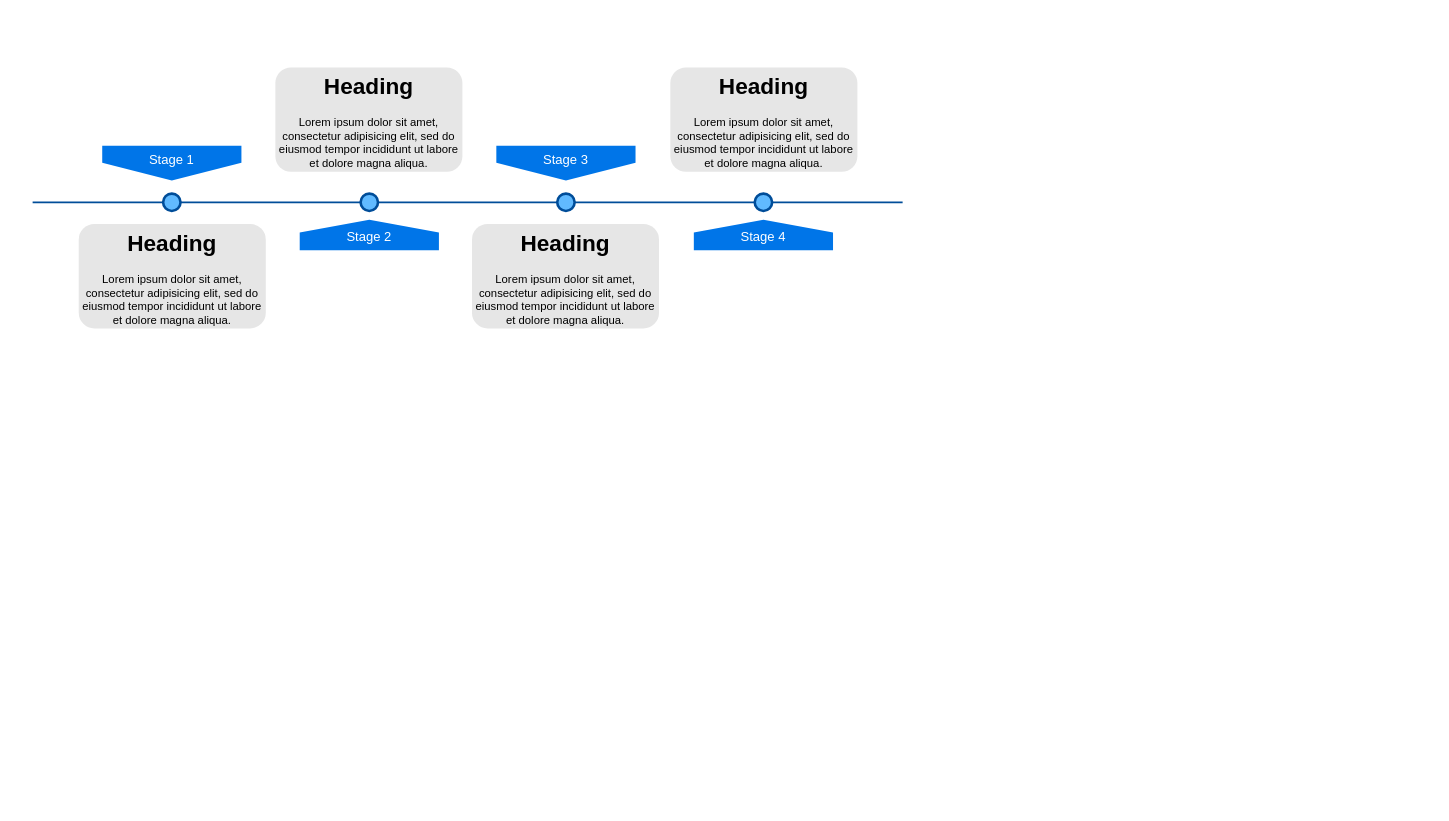
Above: Hungarian Uprising.drawio in stevenzhouzh/AProject (draw.io), before the change. Source tidied: cells renumbered, new cells numbered last; positions are measured from the earlier drawing's top-left corner, leaving out a move shared by most shapes. Both pictures are drawn from the tidied source at 87%, with x=0, y=0 at pixel (32, 67).
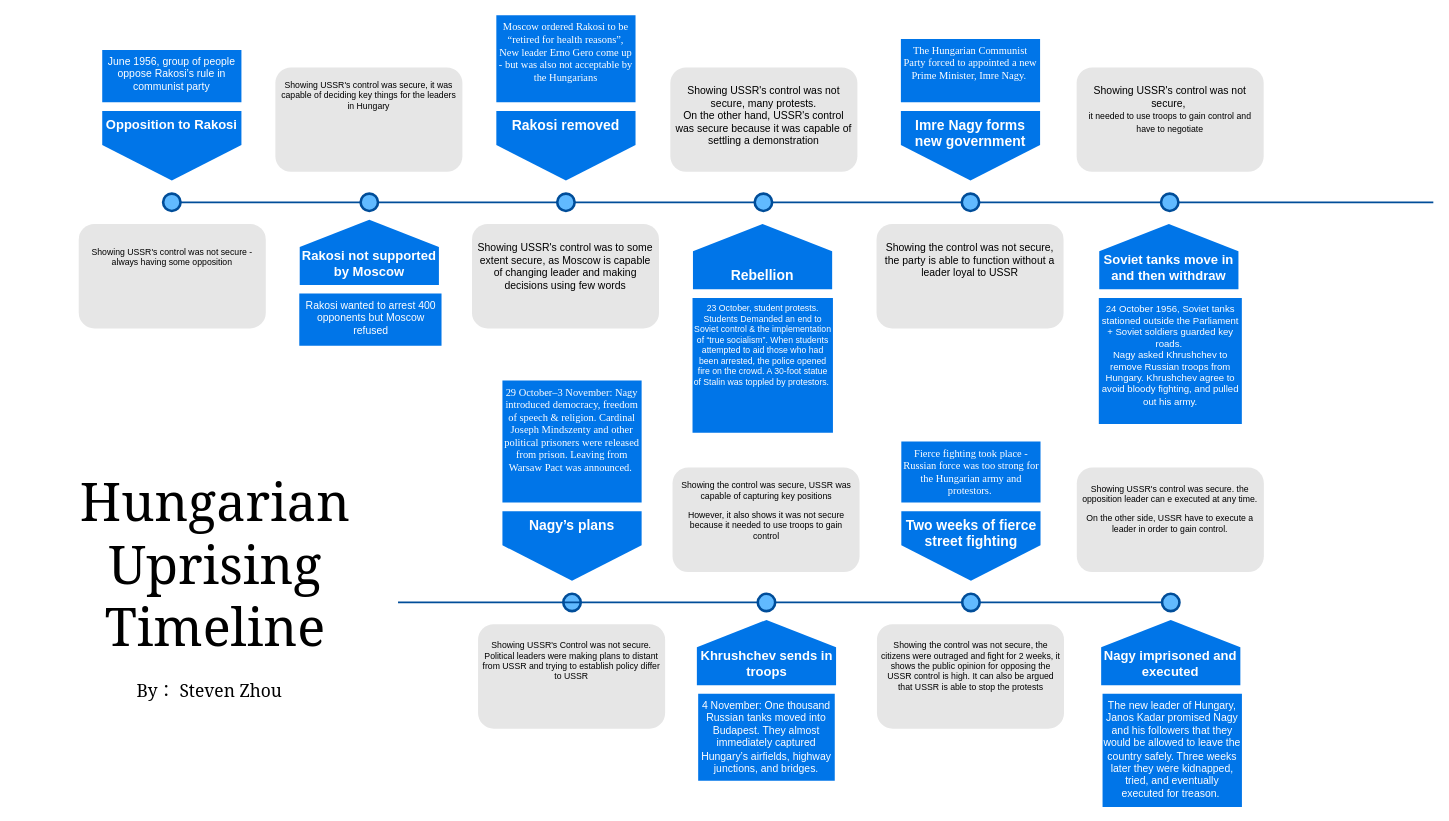
The same diagram, later.

Change to the diagram source:
```diff
@@
     <mxCell id="2" style="line;strokeWidth=2;html=1;fillColor=none;fontSize=28;fontColor=#004D99;strokeColor=#004D99;" parent="1" vertex="1">
-      <mxGeometry y="150" width="1000" height="10" as="geometry" />
+      <mxGeometry x="162.2" y="150" width="1447.8" height="10" as="geometry" />
     </mxCell>
-    <mxCell id="3" value="Stage 1" style="shape=offPageConnector;whiteSpace=wrap;html=1;fillColor=#0075E8;fontSize=15;fontColor=#FFFFFF;size=0.5093750000000015;verticalAlign=top;strokeColor=none;" parent="1" vertex="1">
-      <mxGeometry x="80" y="90" width="160" height="40" as="geometry" />
+    <mxCell id="3" value="&lt;font style=&quot;font-size: 15px&quot;&gt;&lt;b&gt;Opposition to Rakosi&lt;/b&gt;&lt;/font&gt;" style="shape=offPageConnector;whiteSpace=wrap;html=1;fillColor=#0075E8;fontSize=15;fontColor=#FFFFFF;size=0.5093750000000015;verticalAlign=top;strokeColor=none;" parent="1" vertex="1">
+      <mxGeometry x="80" y="50" width="160" height="80" as="geometry" />
     </mxCell>
-    <mxCell id="4" value="&lt;span&gt;Stage 3&lt;/span&gt;" style="shape=offPageConnector;whiteSpace=wrap;html=1;fillColor=#0075E8;fontSize=15;fontColor=#FFFFFF;size=0.5093750000000015;verticalAlign=top;strokeColor=none;" parent="1" vertex="1">
-      <mxGeometry x="533" y="90" width="160" height="40" as="geometry" />
-    </mxCell>
-    <mxCell id="5" value="&lt;span&gt;Stage 2&lt;/span&gt;" style="shape=offPageConnector;whiteSpace=wrap;html=1;fillColor=#0075E8;fontSize=15;fontColor=#FFFFFF;size=0.4178571428571445;flipV=1;verticalAlign=bottom;strokeColor=none;spacingBottom=4;" parent="1" vertex="1">
-      <mxGeometry x="307" y="175" width="160" height="35" as="geometry" />
+    <mxCell id="5" value="&lt;b&gt;Rakosi not supported by Moscow&lt;/b&gt;" style="shape=offPageConnector;whiteSpace=wrap;html=1;fillColor=#0075E8;fontSize=15;fontColor=#FFFFFF;size=0.4178571428571445;flipV=1;verticalAlign=bottom;strokeColor=none;spacingBottom=4;" parent="1" vertex="1">
+      <mxGeometry x="307" y="175" width="160" height="75" as="geometry" />
     </mxCell>
-    <mxCell id="6" value="&lt;span&gt;Stage 4&lt;/span&gt;" style="shape=offPageConnector;whiteSpace=wrap;html=1;fillColor=#0075E8;fontSize=15;fontColor=#FFFFFF;size=0.4178571428571445;flipV=1;verticalAlign=bottom;strokeColor=none;spacingBottom=4;" parent="1" vertex="1">
-      <mxGeometry x="760" y="175" width="160" height="35" as="geometry" />
-    </mxCell>
@@
-    <mxCell id="11" value="&lt;h1&gt;Heading&lt;/h1&gt;&lt;p&gt;Lorem ipsum dolor sit amet, consectetur adipisicing elit, sed do eiusmod tempor incididunt ut labore et dolore magna aliqua.&lt;/p&gt;" style="text;html=1;spacing=5;spacingTop=-20;whiteSpace=wrap;overflow=hidden;strokeColor=none;strokeWidth=3;fillColor=#E6E6E6;fontSize=13;fontColor=#000000;align=center;rounded=1;" parent="1" vertex="1">
+    <mxCell id="11" value="&lt;h1 style=&quot;font-size: 10px&quot;&gt;&lt;span style=&quot;font-weight: normal&quot;&gt;&lt;br&gt;&lt;br&gt;&lt;/span&gt;&lt;/h1&gt;&lt;div&gt;Showing USSR's control was not secure - always having some opposition&lt;/div&gt;" style="text;html=1;spacing=5;spacingTop=-20;whiteSpace=wrap;overflow=hidden;strokeColor=none;strokeWidth=3;fillColor=#E6E6E6;fontSize=10;fontColor=#000000;align=center;rounded=1;" parent="1" vertex="1">
       <mxGeometry x="53" y="180" width="215" height="120" as="geometry" />
     </mxCell>
-    <mxCell id="12" value="&lt;h1&gt;Heading&lt;/h1&gt;&lt;p&gt;Lorem ipsum dolor sit amet, consectetur adipisicing elit, sed do eiusmod tempor incididunt ut labore et dolore magna aliqua.&lt;/p&gt;" style="text;html=1;spacing=5;spacingTop=-20;whiteSpace=wrap;overflow=hidden;strokeColor=none;strokeWidth=3;fillColor=#E6E6E6;fontSize=13;fontColor=#000000;align=center;rounded=1;" parent="1" vertex="1">
+    <mxCell id="12" value="&lt;h1 style=&quot;font-size: 10px&quot;&gt;&lt;br&gt;&lt;/h1&gt;&lt;div&gt;Showing USSR's control was secure, it was capable of deciding key things for the leaders in Hungary&lt;/div&gt;" style="text;html=1;spacing=5;spacingTop=-20;whiteSpace=wrap;overflow=hidden;strokeColor=none;strokeWidth=3;fillColor=#E6E6E6;fontSize=10;fontColor=#000000;align=center;rounded=1;" parent="1" vertex="1">
       <mxGeometry x="279" width="215" height="120" as="geometry" />
     </mxCell>
-    <mxCell id="13" value="&lt;h1&gt;Heading&lt;/h1&gt;&lt;p&gt;Lorem ipsum dolor sit amet, consectetur adipisicing elit, sed do eiusmod tempor incididunt ut labore et dolore magna aliqua.&lt;/p&gt;" style="text;html=1;spacing=5;spacingTop=-20;whiteSpace=wrap;overflow=hidden;strokeColor=none;strokeWidth=3;fillColor=#E6E6E6;fontSize=13;fontColor=#000000;align=center;rounded=1;" parent="1" vertex="1">
+    <mxCell id="13" value="&lt;h1 style=&quot;font-size: 12px&quot;&gt;&lt;span style=&quot;font-weight: 400 ; font-size: 12px&quot;&gt;&lt;br style=&quot;font-size: 12px&quot;&gt;&lt;/span&gt;&lt;/h1&gt;&lt;h1 style=&quot;font-size: 12px&quot;&gt;&lt;span style=&quot;font-weight: 400 ; font-size: 12px&quot;&gt;Showing USSR's control was to some extent secure, as Moscow is capable of changing leader and making decisions using few words&lt;/span&gt;&lt;br style=&quot;font-size: 12px&quot;&gt;&lt;/h1&gt;" style="text;html=1;spacing=5;spacingTop=-20;whiteSpace=wrap;overflow=hidden;strokeColor=none;strokeWidth=3;fillColor=#E6E6E6;fontSize=12;fontColor=#000000;align=center;rounded=1;" parent="1" vertex="1">
       <mxGeometry x="505" y="180" width="215" height="120" as="geometry" />
     </mxCell>
-    <mxCell id="14" value="&lt;h1&gt;Heading&lt;/h1&gt;&lt;p&gt;Lorem ipsum dolor sit amet, consectetur adipisicing elit, sed do eiusmod tempor incididunt ut labore et dolore magna aliqua.&lt;/p&gt;" style="text;html=1;spacing=5;spacingTop=-20;whiteSpace=wrap;overflow=hidden;strokeColor=none;strokeWidth=3;fillColor=#E6E6E6;fontSize=13;fontColor=#000000;align=center;rounded=1;" parent="1" vertex="1">
+    <mxCell id="14" value="&lt;h1 style=&quot;font-size: 12px&quot;&gt;&lt;br style=&quot;font-size: 12px&quot;&gt;&lt;/h1&gt;&lt;div style=&quot;font-size: 12px&quot;&gt;Showing USSR's control was not secure, many protests.&lt;/div&gt;&lt;div style=&quot;font-size: 12px&quot;&gt;On the other hand, USSR's control was secure because it was capable of settling a demonstration&lt;/div&gt;" style="text;html=1;spacing=5;spacingTop=-20;whiteSpace=wrap;overflow=hidden;strokeColor=none;strokeWidth=3;fillColor=#E6E6E6;fontSize=12;fontColor=#000000;align=center;rounded=1;" parent="1" vertex="1">
       <mxGeometry x="733" width="215" height="120" as="geometry" />
     </mxCell>
+    <mxCell id="15" value="Hungarian Uprising Timeline" style="text;html=1;strokeColor=none;fillColor=none;align=center;verticalAlign=middle;whiteSpace=wrap;rounded=0;fontSize=60;fontFamily=Georgia;" parent="1" vertex="1">
+      <mxGeometry x="-20" y="560" width="460" height="20" as="geometry" />
+    </mxCell>
+    <mxCell id="16" value="&lt;font style=&quot;font-size: 20px&quot;&gt;By： Steven Zhou&lt;/font&gt;" style="text;html=1;strokeColor=none;fillColor=none;align=center;verticalAlign=middle;whiteSpace=wrap;rounded=0;fontFamily=Georgia;fontSize=60;" parent="1" vertex="1">
+      <mxGeometry x="110" y="690" width="187" height="20" as="geometry" />
+    </mxCell>
+    <mxCell id="17" value="&lt;font style=&quot;font-size: 12px&quot;&gt;June 1956, group of people oppose Rakosi’s rule in communist party&lt;/font&gt;" style="shape=offPageConnector;whiteSpace=wrap;html=1;fillColor=#0075E8;fontSize=12;fontColor=#FFFFFF;size=0;verticalAlign=top;strokeColor=none;" parent="1" vertex="1">
+      <mxGeometry x="80" y="-20" width="160" height="60" as="geometry" />
+    </mxCell>
+    <mxCell id="18" value="&lt;font style=&quot;font-size: 12px&quot;&gt;Rakosi wanted to arrest 400 opponents but Moscow refused&lt;/font&gt;" style="shape=offPageConnector;whiteSpace=wrap;html=1;fillColor=#0075E8;fontSize=12;fontColor=#FFFFFF;size=0;verticalAlign=top;strokeColor=none;" parent="1" vertex="1">
+      <mxGeometry x="306.5" y="260" width="163.5" height="60" as="geometry" />
+    </mxCell>
+    <mxCell id="19" value="&lt;font style=&quot;font-size: 16px&quot;&gt;&lt;b&gt;Rakosi removed&lt;/b&gt;&lt;/font&gt;" style="shape=offPageConnector;whiteSpace=wrap;html=1;fillColor=#0075E8;fontSize=15;fontColor=#FFFFFF;size=0.5093750000000015;verticalAlign=top;strokeColor=none;" parent="1" vertex="1">
+      <mxGeometry x="533" y="50" width="160" height="80" as="geometry" />
+    </mxCell>
+    <mxCell id="20" value="&lt;font style=&quot;font-size: 12px&quot;&gt;Moscow ordered Rakosi to be “retired for health reasons”, New leader Erno Gero come up - but was also not acceptable by the Hungarians&lt;/font&gt;" style="shape=offPageConnector;whiteSpace=wrap;html=1;fillColor=#0075E8;fontSize=12;fontColor=#FFFFFF;size=0;verticalAlign=top;strokeColor=none;fontFamily=Garamond;" parent="1" vertex="1">
+      <mxGeometry x="533" y="-60" width="160" height="100" as="geometry" />
+    </mxCell>
+    <mxCell id="21" value="&lt;font style=&quot;font-size: 16px&quot;&gt;&lt;b&gt;Rebellion&lt;/b&gt;&lt;/font&gt;" style="shape=offPageConnector;whiteSpace=wrap;html=1;fillColor=#0075E8;fontSize=15;fontColor=#FFFFFF;size=0.4178571428571445;flipV=1;verticalAlign=bottom;strokeColor=none;spacingBottom=4;" parent="1" vertex="1">
+      <mxGeometry x="759" y="180" width="160" height="75" as="geometry" />
+    </mxCell>
+    <mxCell id="22" value="&lt;span style=&quot;font-size: 10px;&quot;&gt;23 October, student protests. Students Demanded an end to Soviet control &amp;amp; the implementation of “true socialism”. When students attempted to aid those who had been arrested, the police opened fire on the crowd. A 30-foot statue of Stalin was toppled by protestors.&amp;nbsp;&lt;/span&gt;" style="shape=offPageConnector;whiteSpace=wrap;html=1;fillColor=#0075E8;fontSize=10;fontColor=#FFFFFF;size=0;verticalAlign=top;strokeColor=none;fontFamily=Helvetica;" parent="1" vertex="1">
+      <mxGeometry x="758.5" y="265" width="161.4" height="155" as="geometry" />
+    </mxCell>
+    <mxCell id="23" style="ellipse;whiteSpace=wrap;html=1;fillColor=#61BAFF;fontSize=28;fontColor=#004D99;strokeWidth=3;strokeColor=#004D99;" parent="1" vertex="1">
+      <mxGeometry x="1068" y="145" width="20" height="20" as="geometry" />
+    </mxCell>
+    <mxCell id="24" value="&lt;h1 style=&quot;font-size: 12px&quot;&gt;&lt;span style=&quot;font-weight: normal&quot;&gt;&lt;br&gt;&lt;/span&gt;&lt;/h1&gt;&lt;h1 style=&quot;font-size: 12px&quot;&gt;&lt;span style=&quot;font-weight: normal&quot;&gt;Showing the control was not secure, the party is able to function without a leader loyal to USSR&lt;/span&gt;&lt;/h1&gt;" style="text;html=1;spacing=5;spacingTop=-20;whiteSpace=wrap;overflow=hidden;strokeColor=none;strokeWidth=3;fillColor=#E6E6E6;fontSize=12;fontColor=#000000;align=center;rounded=1;" parent="1" vertex="1">
+      <mxGeometry x="970" y="180" width="215" height="120" as="geometry" />
+    </mxCell>
+    <mxCell id="25" value="&lt;span style=&quot;font-size: 16px&quot;&gt;&lt;b&gt;Imre Nagy forms new government&lt;/b&gt;&lt;/span&gt;" style="shape=offPageConnector;whiteSpace=wrap;html=1;fillColor=#0075E8;fontSize=15;fontColor=#FFFFFF;size=0.5093750000000015;verticalAlign=top;strokeColor=none;" parent="1" vertex="1">
+      <mxGeometry x="998" y="50" width="160" height="80" as="geometry" />
+    </mxCell>
+    <mxCell id="26" value="&lt;font style=&quot;font-size: 12px&quot;&gt;The Hungarian Communist Party forced to appointed a new Prime Minister, Imre Nagy.&amp;nbsp;&lt;/font&gt;" style="shape=offPageConnector;whiteSpace=wrap;html=1;fillColor=#0075E8;fontSize=12;fontColor=#FFFFFF;size=0;verticalAlign=top;strokeColor=none;fontFamily=Garamond;" parent="1" vertex="1">
+      <mxGeometry x="998" y="-32.6" width="160" height="72.6" as="geometry" />
+    </mxCell>
+    <mxCell id="27" style="ellipse;whiteSpace=wrap;html=1;fillColor=#61BAFF;fontSize=28;fontColor=#004D99;strokeWidth=3;strokeColor=#004D99;" parent="1" vertex="1">
+      <mxGeometry x="1297" y="145" width="20" height="20" as="geometry" />
+    </mxCell>
+    <mxCell id="28" value="&lt;h1 style=&quot;font-size: 12px&quot;&gt;&lt;br style=&quot;font-size: 12px&quot;&gt;&lt;/h1&gt;&lt;div style=&quot;font-size: 12px&quot;&gt;Showing USSR's control was not secure,&amp;nbsp;&lt;/div&gt;&lt;span style=&quot;font-size: 10px&quot;&gt;it needed to use troops to gain control and have to negotiate&lt;/span&gt;" style="text;html=1;spacing=5;spacingTop=-20;whiteSpace=wrap;overflow=hidden;strokeColor=none;strokeWidth=3;fillColor=#E6E6E6;fontSize=12;fontColor=#000000;align=center;rounded=1;" parent="1" vertex="1">
+      <mxGeometry x="1200" width="215" height="120" as="geometry" />
+    </mxCell>
+    <mxCell id="29" value="&lt;b&gt;&lt;font style=&quot;font-size: 15px&quot;&gt;Soviet tanks move in and then withdraw&lt;/font&gt;&lt;/b&gt;" style="shape=offPageConnector;whiteSpace=wrap;html=1;fillColor=#0075E8;fontSize=15;fontColor=#FFFFFF;size=0.4178571428571445;flipV=1;verticalAlign=bottom;strokeColor=none;spacingBottom=4;" parent="1" vertex="1">
+      <mxGeometry x="1226" y="180" width="160" height="75" as="geometry" />
+    </mxCell>
+    <mxCell id="30" value="&lt;div&gt;&lt;span style=&quot;font-size: 11px&quot;&gt;24 October 1956, Soviet tanks stationed outside the Parliament + Soviet soldiers guarded key roads.&amp;nbsp;&lt;/span&gt;&lt;/div&gt;&lt;div&gt;&lt;span style=&quot;font-size: 11px&quot;&gt;Nagy asked Khrushchev to remove Russian troops from Hungary. Khrushchev agree to avoid bloody fighting, and pulled out his army.&lt;/span&gt;&lt;/div&gt;&lt;div&gt;&lt;br&gt;&lt;/div&gt;" style="shape=offPageConnector;whiteSpace=wrap;html=1;fillColor=#0075E8;fontSize=11;fontColor=#FFFFFF;size=0;verticalAlign=top;strokeColor=none;fontFamily=Helvetica;" parent="1" vertex="1">
+      <mxGeometry x="1225.5" y="265" width="164.4" height="145" as="geometry" />
+    </mxCell>
+    <mxCell id="31" style="ellipse;whiteSpace=wrap;html=1;fillColor=#61BAFF;fontSize=28;fontColor=#004D99;strokeWidth=3;strokeColor=#004D99;" parent="1" vertex="1">
+      <mxGeometry x="610" y="605" width="20" height="20" as="geometry" />
+    </mxCell>
+    <mxCell id="32" value="&lt;h1 style=&quot;font-size: 10px&quot;&gt;&lt;br&gt;&lt;/h1&gt;&lt;p style=&quot;font-size: 10px&quot;&gt;Showing USSR's Control was not secure. Political leaders were making plans to distant from USSR and trying to establish policy differ to USSR&lt;/p&gt;" style="text;html=1;spacing=5;spacingTop=-20;whiteSpace=wrap;overflow=hidden;strokeColor=none;strokeWidth=3;fillColor=#E6E6E6;fontSize=10;fontColor=#000000;align=center;rounded=1;" parent="1" vertex="1">
+      <mxGeometry x="512" y="640" width="215" height="120" as="geometry" />
+    </mxCell>
+    <mxCell id="33" value="&lt;span style=&quot;font-size: 16px&quot;&gt;&lt;b&gt;Nagy’s plans&lt;/b&gt;&lt;/span&gt;" style="shape=offPageConnector;whiteSpace=wrap;html=1;fillColor=#0075E8;fontSize=15;fontColor=#FFFFFF;size=0.5093750000000015;verticalAlign=top;strokeColor=none;" parent="1" vertex="1">
+      <mxGeometry x="540" y="510" width="160" height="80" as="geometry" />
+    </mxCell>
+    <mxCell id="34" value="&lt;div&gt;29 October–3 November: Nagy introduced democracy, freedom of speech &amp;amp; religion. Cardinal Joseph Mindszenty and other political prisoners were released from prison. Leaving from Warsaw Pact was announced.&amp;nbsp;&lt;/div&gt;" style="shape=offPageConnector;whiteSpace=wrap;html=1;fillColor=#0075E8;fontSize=12;fontColor=#FFFFFF;size=0;verticalAlign=top;strokeColor=none;fontFamily=Garamond;" parent="1" vertex="1">
+      <mxGeometry x="540" y="360" width="160" height="140" as="geometry" />
+    </mxCell>
+    <mxCell id="35" style="line;strokeWidth=2;html=1;fillColor=none;fontSize=28;fontColor=#004D99;strokeColor=#004D99;" parent="1" vertex="1">
+      <mxGeometry x="420" y="610" width="892.2" height="10" as="geometry" />
+    </mxCell>
+    <mxCell id="36" value="&lt;b&gt;Khrushchev sends in troops&lt;/b&gt;" style="shape=offPageConnector;whiteSpace=wrap;html=1;fillColor=#0075E8;fontSize=15;fontColor=#FFFFFF;size=0.4178571428571445;flipV=1;verticalAlign=bottom;strokeColor=none;spacingBottom=4;" parent="1" vertex="1">
+      <mxGeometry x="763.5" y="635" width="160" height="75" as="geometry" />
+    </mxCell>
+    <mxCell id="37" style="ellipse;whiteSpace=wrap;html=1;fillColor=#61BAFF;fontSize=28;fontColor=#004D99;strokeWidth=3;strokeColor=#004D99;" parent="1" vertex="1">
+      <mxGeometry x="833.5" y="605" width="20" height="20" as="geometry" />
+    </mxCell>
+    <mxCell id="38" value="&lt;h1 style=&quot;font-size: 10px&quot;&gt;&lt;span style=&quot;font-weight: normal&quot;&gt;&lt;br&gt;&lt;/span&gt;&lt;/h1&gt;&lt;h1 style=&quot;font-size: 10px&quot;&gt;&lt;span style=&quot;font-weight: normal&quot;&gt;Showing the control was secure, USSR was capable of capturing key positions&lt;/span&gt;&lt;br&gt;&lt;/h1&gt;&lt;p style=&quot;font-size: 10px&quot;&gt;However, it also shows it was not secure because it needed to use troops to gain control&lt;/p&gt;" style="text;html=1;spacing=5;spacingTop=-20;whiteSpace=wrap;overflow=hidden;strokeColor=none;strokeWidth=3;fillColor=#E6E6E6;fontSize=10;fontColor=#000000;align=center;rounded=1;" parent="1" vertex="1">
+      <mxGeometry x="735.5" y="460" width="215" height="120" as="geometry" />
+    </mxCell>
+    <mxCell id="39" value="&lt;font style=&quot;font-size: 12px&quot;&gt;4 November: One thousand Russian tanks moved into Budapest. They almost immediately captured Hungary’s airfields, highway junctions, and bridges.&lt;/font&gt;" style="shape=offPageConnector;whiteSpace=wrap;html=1;fillColor=#0075E8;fontSize=12;fontColor=#FFFFFF;size=0;verticalAlign=top;strokeColor=none;" parent="1" vertex="1">
+      <mxGeometry x="765" y="720" width="157" height="100" as="geometry" />
+    </mxCell>
+    <mxCell id="40" style="ellipse;whiteSpace=wrap;html=1;fillColor=#61BAFF;fontSize=28;fontColor=#004D99;strokeWidth=3;strokeColor=#004D99;" parent="1" vertex="1">
+      <mxGeometry x="1068.5" y="605" width="20" height="20" as="geometry" />
+    </mxCell>
+    <mxCell id="41" value="&lt;h1 style=&quot;font-size: 10px&quot;&gt;&lt;br&gt;&lt;/h1&gt;&lt;p style=&quot;font-size: 10px&quot;&gt;Showing the control was not secure, the citizens were outraged and fight for 2 weeks, it shows the public opinion for opposing the USSR control is high.&amp;nbsp;&lt;span&gt;It can also be argued that USSR is able to stop the protests&lt;/span&gt;&lt;/p&gt;" style="text;html=1;spacing=5;spacingTop=-20;whiteSpace=wrap;overflow=hidden;strokeColor=none;strokeWidth=3;fillColor=#E6E6E6;fontSize=10;fontColor=#000000;align=center;rounded=1;" parent="1" vertex="1">
+      <mxGeometry x="970.5" y="640" width="215" height="120" as="geometry" />
+    </mxCell>
+    <mxCell id="42" value="&lt;span style=&quot;font-size: 16px&quot;&gt;&lt;b&gt;Two weeks of fierce street fighting&lt;/b&gt;&lt;/span&gt;" style="shape=offPageConnector;whiteSpace=wrap;html=1;fillColor=#0075E8;fontSize=15;fontColor=#FFFFFF;size=0.5093750000000015;verticalAlign=top;strokeColor=none;" parent="1" vertex="1">
+      <mxGeometry x="998.5" y="510" width="160" height="80" as="geometry" />
+    </mxCell>
+    <mxCell id="43" value="&lt;div&gt;Fierce fighting took place - Russian force was too strong for the Hungarian army and protestors.&amp;nbsp;&lt;/div&gt;" style="shape=offPageConnector;whiteSpace=wrap;html=1;fillColor=#0075E8;fontSize=12;fontColor=#FFFFFF;size=0;verticalAlign=top;strokeColor=none;fontFamily=Garamond;" parent="1" vertex="1">
+      <mxGeometry x="998.5" y="430" width="160" height="70" as="geometry" />
+    </mxCell>
+    <mxCell id="44" value="&lt;b&gt;Nagy imprisoned and executed&lt;/b&gt;" style="shape=offPageConnector;whiteSpace=wrap;html=1;fillColor=#0075E8;fontSize=15;fontColor=#FFFFFF;size=0.4178571428571445;flipV=1;verticalAlign=bottom;strokeColor=none;spacingBottom=4;" parent="1" vertex="1">
+      <mxGeometry x="1228.2" y="635" width="160" height="75" as="geometry" />
+    </mxCell>
+    <mxCell id="45" style="ellipse;whiteSpace=wrap;html=1;fillColor=#61BAFF;fontSize=28;fontColor=#004D99;strokeWidth=3;strokeColor=#004D99;" parent="1" vertex="1">
+      <mxGeometry x="1298.2" y="605" width="20" height="20" as="geometry" />
+    </mxCell>
+    <mxCell id="46" value="&lt;h1 style=&quot;font-size: 10px&quot;&gt;&lt;br&gt;&lt;/h1&gt;&lt;p style=&quot;font-size: 10px&quot;&gt;Showing USSR's control was secure. the opposition leader can e executed at any time.&lt;/p&gt;&lt;p style=&quot;font-size: 10px&quot;&gt;On the other side, USSR have to execute a leader in order to gain control.&lt;/p&gt;" style="text;html=1;spacing=5;spacingTop=-20;whiteSpace=wrap;overflow=hidden;strokeColor=none;strokeWidth=3;fillColor=#E6E6E6;fontSize=10;fontColor=#000000;align=center;rounded=1;" parent="1" vertex="1">
+      <mxGeometry x="1200.2" y="460" width="215" height="120" as="geometry" />
+    </mxCell>
+    <mxCell id="47" value="&lt;font style=&quot;font-size: 12px&quot;&gt;The new leader of Hungary, Janos Kadar promised Nagy and his followers that they would be allowed to leave the country safely. Three weeks later they were kidnapped, tried, and eventually executed for treason.&amp;nbsp;&lt;/font&gt;" style="shape=offPageConnector;whiteSpace=wrap;html=1;fillColor=#0075E8;fontSize=12;fontColor=#FFFFFF;size=0;verticalAlign=top;strokeColor=none;" parent="1" vertex="1">
+      <mxGeometry x="1229.8" y="720" width="160.2" height="130" as="geometry" />
+    </mxCell>
```
